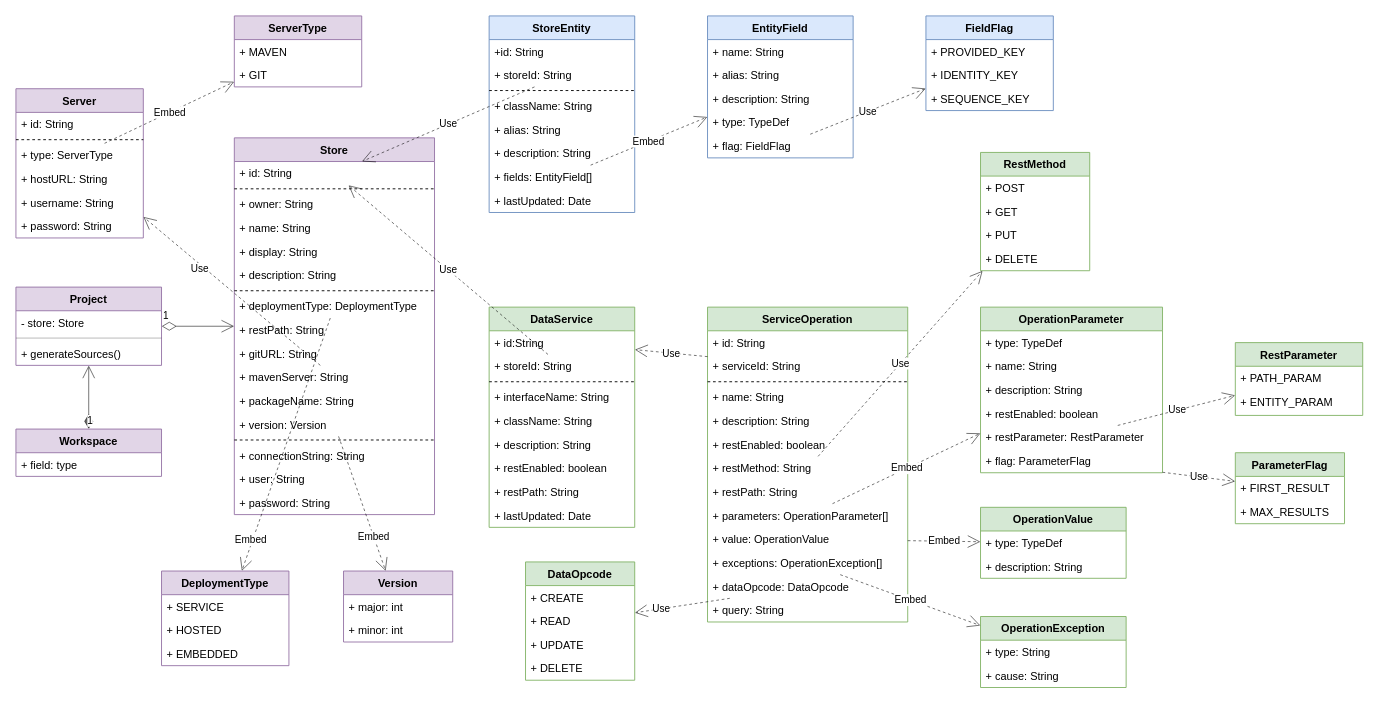
This is page "API Gateway Meta" (1 of 8) of doc/diagrams.drawio from js-lib-com/tiny-store, a draw.io file, before an edit. Source tidied: cells renumbered, new cells numbered last; positions are measured from the earlier drawing's top-left corner, leaving out a move shared by most shapes. Both pictures are drawn from the tidied source at 91%, with x=0, y=0 at pixel (15, 15).
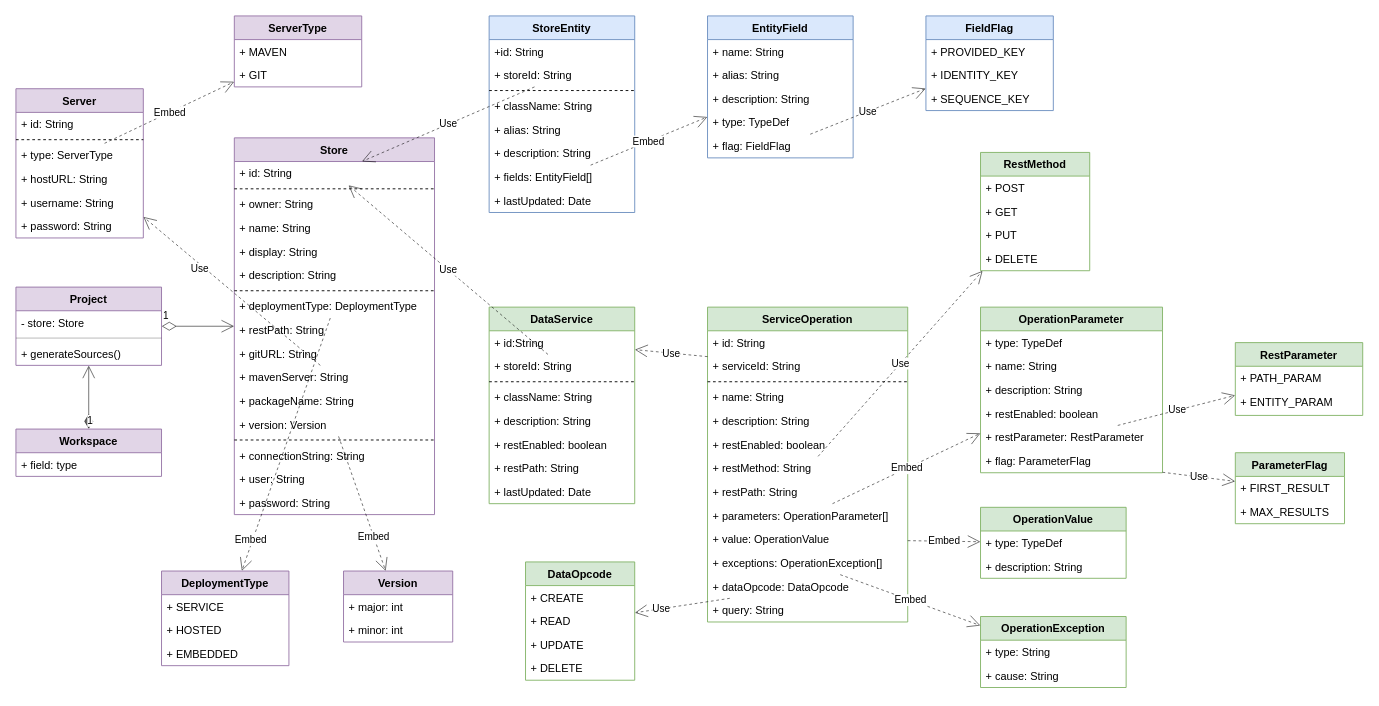
The same page after the edit.

Diff of the diagram source:
```diff
@@
     <mxCell id="29" value="DataService" style="swimlane;fontStyle=1;align=center;verticalAlign=top;horizontal=1;startSize=26;rounded=0;fillColor=#d5e8d4;strokeColor=#82b366;" parent="1" vertex="1">
-      <mxGeometry x="520" y="320" width="160" height="242" as="geometry" />
+      <mxGeometry x="520" y="320" width="160" height="216" as="geometry" />
     </mxCell>
@@
-    <mxCell id="33" value="+ interfaceName: String" style="text;strokeColor=none;fillColor=none;align=left;verticalAlign=top;spacingLeft=4;spacingRight=4;overflow=hidden;rounded=0;opacity=30;" parent="29" vertex="1">
-      <mxGeometry y="86" width="160" height="26" as="geometry" />
-    </mxCell>
     <mxCell id="34" value="+ className: String" style="text;strokeColor=none;fillColor=none;align=left;verticalAlign=top;spacingLeft=4;spacingRight=4;overflow=hidden;rounded=0;opacity=30;" parent="29" vertex="1">
-      <mxGeometry y="112" width="160" height="26" as="geometry" />
+      <mxGeometry y="86" width="160" height="26" as="geometry" />
     </mxCell>
     <mxCell id="35" value="+ description: String" style="text;strokeColor=none;fillColor=none;align=left;verticalAlign=top;spacingLeft=4;spacingRight=4;overflow=hidden;rounded=0;opacity=30;" parent="29" vertex="1">
-      <mxGeometry y="138" width="160" height="26" as="geometry" />
+      <mxGeometry y="112" width="160" height="26" as="geometry" />
     </mxCell>
     <mxCell id="36" value="+ restEnabled: boolean" style="text;strokeColor=none;fillColor=none;align=left;verticalAlign=top;spacingLeft=4;spacingRight=4;overflow=hidden;" parent="29" vertex="1">
-      <mxGeometry y="164" width="160" height="26" as="geometry" />
+      <mxGeometry y="138" width="160" height="26" as="geometry" />
     </mxCell>
     <mxCell id="37" value="+ restPath: String" style="text;strokeColor=none;fillColor=none;align=left;verticalAlign=top;spacingLeft=4;spacingRight=4;overflow=hidden;rounded=0;opacity=30;" parent="29" vertex="1">
-      <mxGeometry y="190" width="160" height="26" as="geometry" />
+      <mxGeometry y="164" width="160" height="26" as="geometry" />
     </mxCell>
     <mxCell id="38" value="+ lastUpdated: Date" style="text;strokeColor=none;fillColor=none;align=left;verticalAlign=top;spacingLeft=4;spacingRight=4;overflow=hidden;" parent="29" vertex="1">
-      <mxGeometry y="216" width="160" height="26" as="geometry" />
+      <mxGeometry y="190" width="160" height="26" as="geometry" />
     </mxCell>
```
